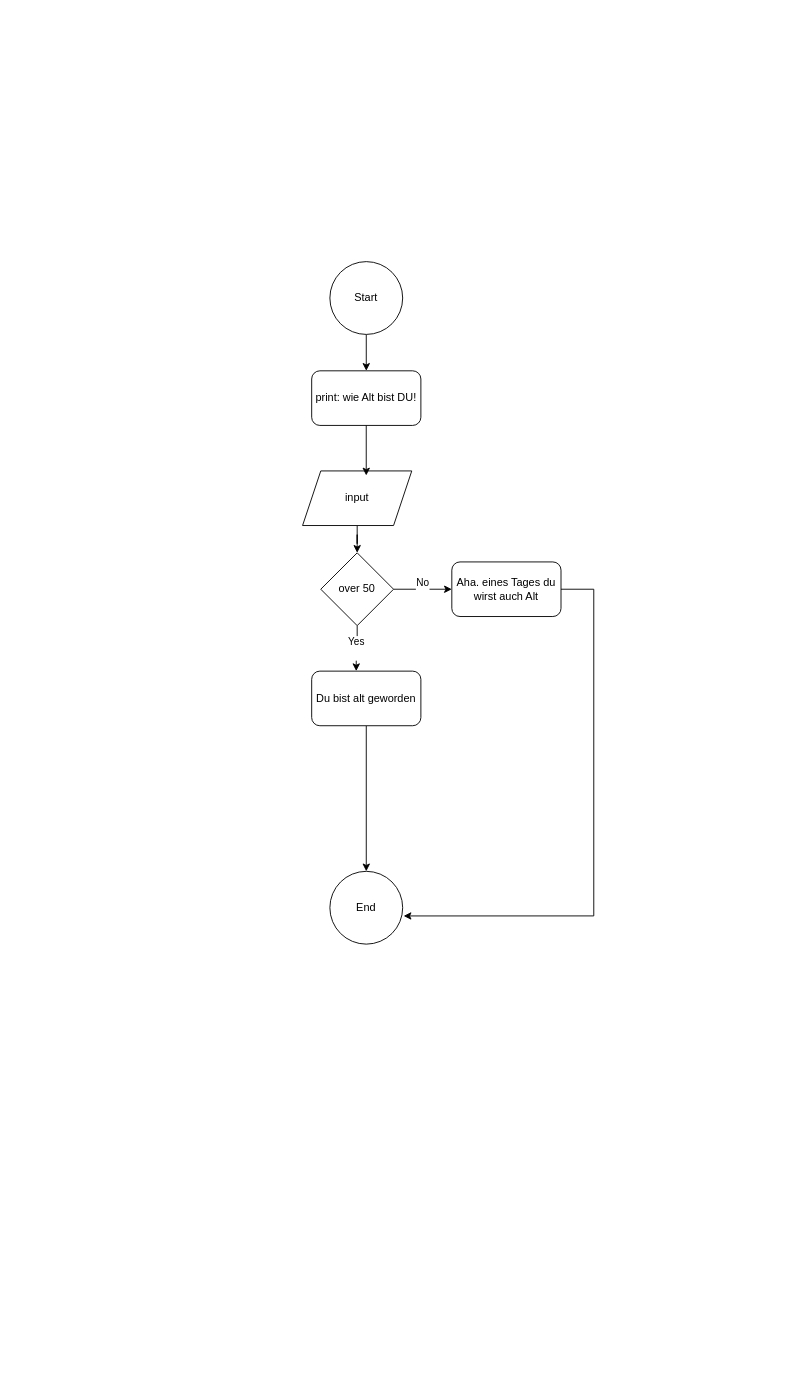
Pazzlack/Python keeps this draw.io diagram as docs/age_machine.drawio. Above is the earlier version. Source tidied: cells renumbered, new cells numbered last; positions are measured from the earlier drawing's top-left corner, leaving out a move shared by most shapes. Both pictures are drawn from the tidied source at 91%, with x=0, y=0 at pixel (302, 261).
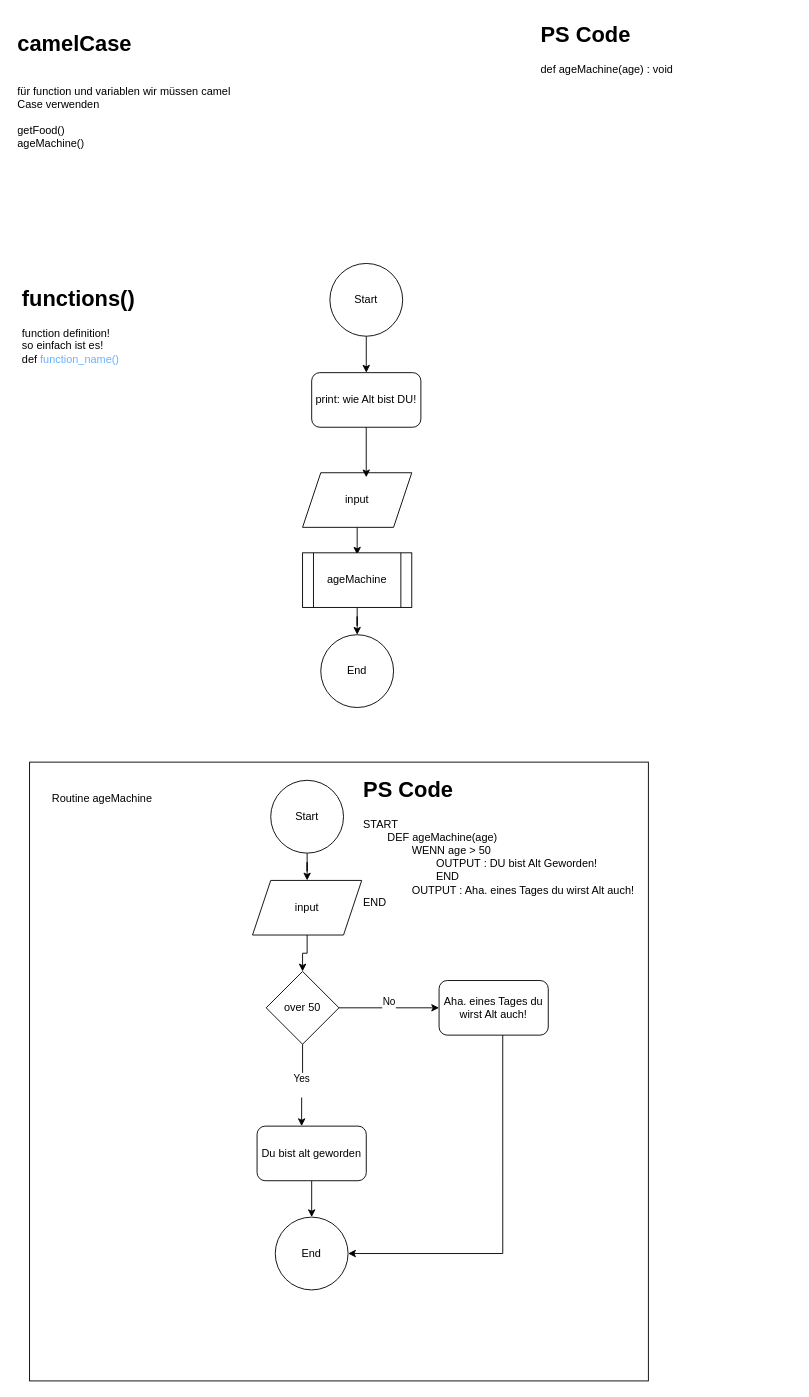
The same diagram, later.

What changed in the source:
```diff
@@
     <mxCell id="2" value="End" style="ellipse;whiteSpace=wrap;html=1;" parent="1" vertex="1">
-      <mxGeometry x="30" y="670" width="80" height="80" as="geometry" />
+      <mxGeometry x="20" y="410" width="80" height="80" as="geometry" />
     </mxCell>
@@
     <mxCell id="4" value="Start" style="ellipse;whiteSpace=wrap;html=1;" parent="1" vertex="1">
-      <mxGeometry x="30" width="80" height="80" as="geometry" />
+      <mxGeometry x="30" y="2" width="80" height="80" as="geometry" />
     </mxCell>
     <mxCell id="5" value="print: wie Alt bist DU!" style="rounded=1;whiteSpace=wrap;html=1;" parent="1" vertex="1">
-      <mxGeometry x="10" y="120" width="120" height="60" as="geometry" />
+      <mxGeometry x="10" y="122" width="120" height="60" as="geometry" />
     </mxCell>
-    <mxCell id="6" style="edgeStyle=orthogonalEdgeStyle;rounded=0;jettySize=auto;html=1;" parent="1" edge="1" source="7" target="11">
-      <mxGeometry relative="1" as="geometry" />
+    <mxCell id="6" style="edgeStyle=orthogonalEdgeStyle;rounded=0;jettySize=auto;html=1;" parent="1" edge="1" source="7">
+      <mxGeometry relative="1" as="geometry">
+        <mxPoint x="60" y="322" as="targetPoint" />
+      </mxGeometry>
     </mxCell>
     <mxCell id="7" value="input" style="shape=parallelogram;perimeter=parallelogramPerimeter;whiteSpace=wrap;html=1;fixedSize=1;" parent="1" vertex="1">
-      <mxGeometry y="230" width="120" height="60" as="geometry" />
+      <mxGeometry y="232" width="120" height="60" as="geometry" />
     </mxCell>
@@
+    <mxCell id="16" value="&lt;h1 style=&quot;margin-top: 0px;&quot;&gt;functions()&lt;/h1&gt;&lt;div&gt;function definition!&lt;/div&gt;&lt;div&gt;so einfach ist es!&lt;/div&gt;&lt;div&gt;def&lt;font&gt; &lt;font style=&quot;color: rgb(102, 178, 255);&quot;&gt;function_name()&lt;/font&gt;&lt;/font&gt;&lt;/div&gt;" style="text;html=1;whiteSpace=wrap;overflow=hidden;rounded=0;" parent="1" vertex="1">
+      <mxGeometry x="-310" y="20" width="240" height="130" as="geometry" />
+    </mxCell>
+    <mxCell id="17" value="&lt;h1 style=&quot;margin-top: 0px;&quot;&gt;camelCase&lt;/h1&gt;&lt;div&gt;&lt;br&gt;&lt;/div&gt;&lt;div&gt;für function und variablen wir müssen camel Case verwenden&lt;/div&gt;&lt;div&gt;&lt;br&gt;&lt;/div&gt;&lt;div&gt;getFood()&lt;/div&gt;&lt;div&gt;ageMachine()&lt;/div&gt;&lt;div&gt;&lt;br&gt;&lt;/div&gt;" style="text;html=1;whiteSpace=wrap;overflow=hidden;rounded=0;" parent="1" vertex="1">
+      <mxGeometry x="-315" y="-260" width="250" height="200" as="geometry" />
+    </mxCell>
+    <mxCell id="18" value="&lt;h1 style=&quot;margin-top: 0px;&quot;&gt;PS Code&lt;/h1&gt;&lt;div&gt;def ageMachine(age) : void&lt;/div&gt;&lt;div&gt;&lt;span style=&quot;white-space: pre;&quot;&gt;&#9;&lt;/span&gt;&lt;br&gt;&lt;/div&gt;" style="text;html=1;whiteSpace=wrap;overflow=hidden;rounded=0;" parent="1" vertex="1">
+      <mxGeometry x="260" y="-270" width="280" height="490" as="geometry" />
+    </mxCell>
+    <mxCell id="19" style="whiteSpace=wrap;html=1;" parent="1" vertex="1">
+      <mxGeometry x="-300" y="550" width="680" height="680" as="geometry" />
+    </mxCell>
+    <mxCell id="20" value="End" style="ellipse;whiteSpace=wrap;html=1;" parent="1" vertex="1">
+      <mxGeometry x="-30" y="1050" width="80" height="80" as="geometry" />
+    </mxCell>
+    <mxCell id="21" style="edgeStyle=orthogonalEdgeStyle;rounded=0;jettySize=auto;html=1;" parent="1" edge="1" source="22" target="24">
+      <mxGeometry relative="1" as="geometry" />
+    </mxCell>
+    <mxCell id="22" value="Start" style="ellipse;whiteSpace=wrap;html=1;" parent="1" vertex="1">
+      <mxGeometry x="-35" y="570" width="80" height="80" as="geometry" />
+    </mxCell>
+    <mxCell id="23" style="edgeStyle=orthogonalEdgeStyle;rounded=0;jettySize=auto;html=1;" parent="1" edge="1" source="24" target="11">
+      <mxGeometry relative="1" as="geometry" />
+    </mxCell>
+    <mxCell id="24" value="input" style="shape=parallelogram;perimeter=parallelogramPerimeter;whiteSpace=wrap;html=1;fixedSize=1;" parent="1" vertex="1">
+      <mxGeometry x="-55" y="680" width="120" height="60" as="geometry" />
+    </mxCell>
-    <mxCell id="9" value="No&lt;div&gt;&lt;br&gt;&lt;/div&gt;" style="edgeStyle=orthogonalEdgeStyle;rounded=0;jettySize=auto;html=1;exitX=1;exitY=0.5;exitDx=0;exitDy=0;" parent="1" edge="1" source="11" target="12">
+    <mxCell id="9" value="No&lt;div&gt;&lt;br&gt;&lt;/div&gt;" style="edgeStyle=orthogonalEdgeStyle;rounded=0;jettySize=auto;html=1;exitX=1;exitY=0.5;exitDx=0;exitDy=0;" parent="1" edge="1" source="11" target="25">
       <mxGeometry relative="1" as="geometry" />
     </mxCell>
@@
     <mxCell id="11" value="over 50" style="rhombus;whiteSpace=wrap;html=1;" parent="1" vertex="1">
-      <mxGeometry x="20" y="320" width="80" height="80" as="geometry" />
+      <mxGeometry x="-40" y="780" width="80" height="80" as="geometry" />
     </mxCell>
-    <mxCell id="12" value="Aha. eines Tages du wirst auch Alt" style="rounded=1;whiteSpace=wrap;html=1;" parent="1" vertex="1">
-      <mxGeometry x="164" y="330" width="120" height="60" as="geometry" />
-    </mxCell>
-    <mxCell id="13" style="edgeStyle=orthogonalEdgeStyle;rounded=0;jettySize=auto;html=1;entryX=0.5;entryY=0;entryDx=0;entryDy=0;" parent="1" edge="1" source="14" target="2">
-      <mxGeometry relative="1" as="geometry" />
-    </mxCell>
+    <mxCell id="25" value="Aha. eines Tages du wirst Alt auch!" style="rounded=1;whiteSpace=wrap;html=1;" parent="1" vertex="1">
+      <mxGeometry x="150" y="790" width="120" height="60" as="geometry" />
+    </mxCell>
+    <mxCell id="26" style="edgeStyle=orthogonalEdgeStyle;rounded=0;jettySize=auto;html=1;" parent="1" edge="1" source="14" target="20">
+      <mxGeometry relative="1" as="geometry" />
+    </mxCell>
     <mxCell id="14" value="Du bist alt geworden" style="rounded=1;whiteSpace=wrap;html=1;" parent="1" vertex="1">
-      <mxGeometry x="10" y="450" width="120" height="60" as="geometry" />
+      <mxGeometry x="-50" y="950" width="120" height="60" as="geometry" />
     </mxCell>
-    <mxCell id="15" style="edgeStyle=orthogonalEdgeStyle;rounded=0;jettySize=auto;html=1;entryX=1.013;entryY=0.613;entryDx=0;entryDy=0;entryPerimeter=0;" parent="1" edge="1" source="12" target="2">
-      <mxGeometry relative="1" as="geometry">
-        <Array as="points">
-          <mxPoint x="320" y="360" />
-          <mxPoint x="320" y="719" />
-        </Array>
-      </mxGeometry>
-    </mxCell>
+    <mxCell id="27" value="Routine ageMachine" style="text;html=1;align=center;verticalAlign=middle;whiteSpace=wrap;rounded=0;" parent="1" vertex="1">
+      <mxGeometry x="-280" y="560" width="120" height="60" as="geometry" />
+    </mxCell>
+    <mxCell id="28" style="edgeStyle=orthogonalEdgeStyle;rounded=0;jettySize=auto;html=1;" parent="1" edge="1" source="29" target="2">
+      <mxGeometry relative="1" as="geometry" />
+    </mxCell>
+    <mxCell id="29" value="ageMachine" style="shape=process;whiteSpace=wrap;html=1;backgroundOutline=1;" parent="1" vertex="1">
+      <mxGeometry y="320" width="120" height="60" as="geometry" />
+    </mxCell>
+    <mxCell id="30" value="&lt;h1 style=&quot;margin-top: 0px;&quot;&gt;PS Code&lt;/h1&gt;&lt;div&gt;START&lt;/div&gt;&lt;div&gt;&lt;span style=&quot;white-space: pre;&quot;&gt;&#9;&lt;/span&gt;DEF ageMachine(age)&lt;br&gt;&lt;/div&gt;&lt;div&gt;&lt;span style=&quot;white-space: pre;&quot;&gt;&#9;&lt;/span&gt;&lt;span style=&quot;white-space: pre;&quot;&gt;&#9;&lt;/span&gt;WENN age &amp;gt; 50&lt;br&gt;&lt;/div&gt;&lt;div&gt;&lt;span style=&quot;white-space: pre;&quot;&gt;&#9;&lt;/span&gt;&lt;span style=&quot;white-space: pre;&quot;&gt;&#9;&lt;/span&gt;&lt;span style=&quot;white-space: pre;&quot;&gt;&#9;&lt;/span&gt;OUTPUT : DU bist Alt Geworden!&lt;br&gt;&lt;/div&gt;&lt;div&gt;&lt;span style=&quot;white-space: pre;&quot;&gt;&#9;&lt;/span&gt;&lt;span style=&quot;white-space: pre;&quot;&gt;&#9;&lt;/span&gt;&lt;span style=&quot;white-space: pre;&quot;&gt;&#9;&lt;/span&gt;END&lt;br&gt;&lt;/div&gt;&lt;div&gt;&lt;span style=&quot;white-space: pre;&quot;&gt;&#9;&lt;/span&gt;&lt;span style=&quot;white-space: pre;&quot;&gt;&#9;&lt;/span&gt;OUTPUT : Aha. eines Tages du wirst Alt auch!&lt;br&gt;&lt;/div&gt;&lt;div&gt;END&lt;/div&gt;" style="text;html=1;whiteSpace=wrap;overflow=hidden;rounded=0;" parent="1" vertex="1">
+      <mxGeometry x="65" y="560" width="340" height="170" as="geometry" />
+    </mxCell>
+    <mxCell id="31" style="endArrow=classic;html=1;rounded=0;entryX=1;entryY=0.5;entryDx=0;entryDy=0;exitX=0.583;exitY=1;exitDx=0;exitDy=0;exitPerimeter=0;" parent="1" edge="1" source="25" target="20">
+      <mxGeometry relative="1" as="geometry">
+        <Array as="points">
+          <mxPoint x="220" y="1090" />
+        </Array>
+      </mxGeometry>
+    </mxCell>
```
